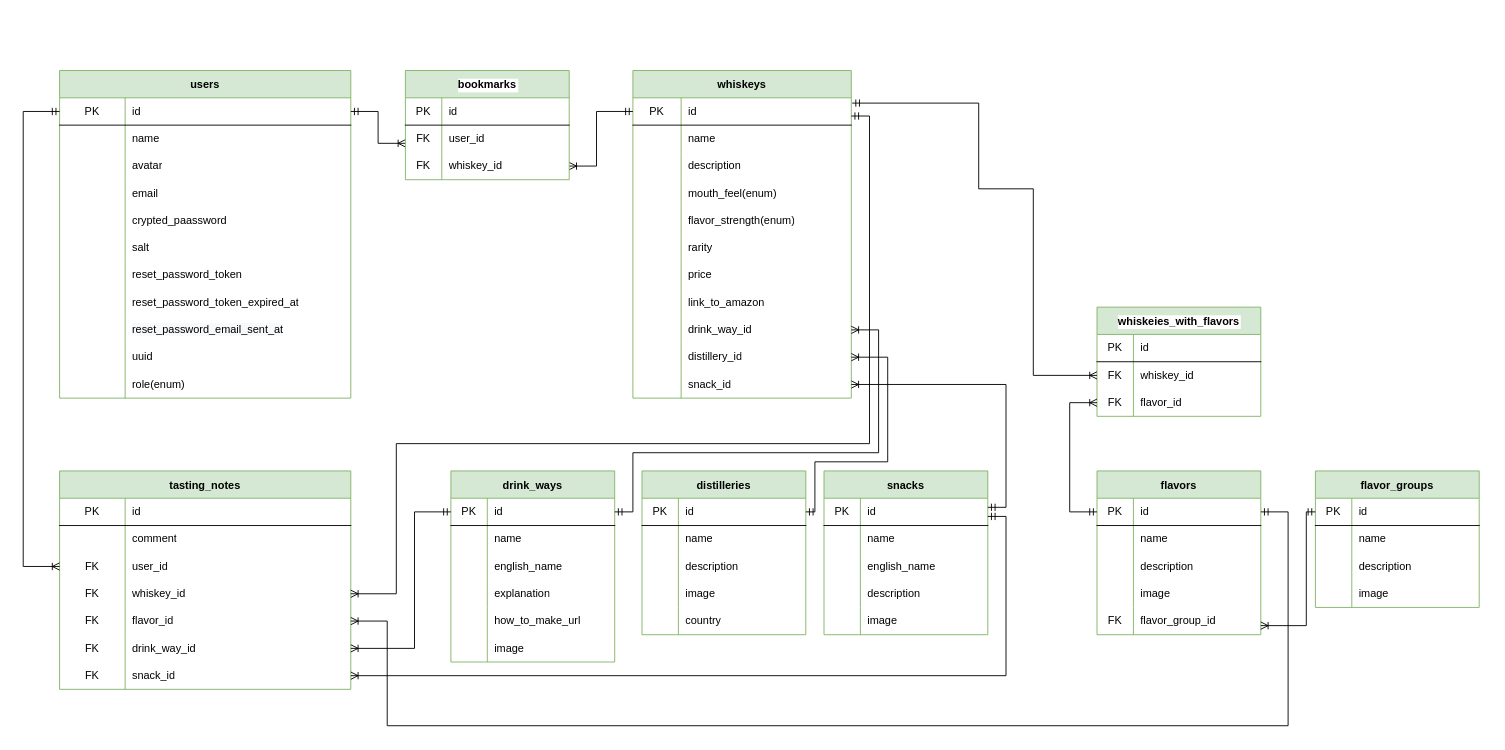
Earlier version of the draw.io diagram erd.drawio (tarakish/whiskey_database). Source tidied: cells renumbered, new cells numbered last; positions are measured from the earlier drawing's top-left corner, leaving out a move shared by most shapes. Both pictures are drawn from the tidied source at 91%, with x=0, y=0 at pixel (23, 70).
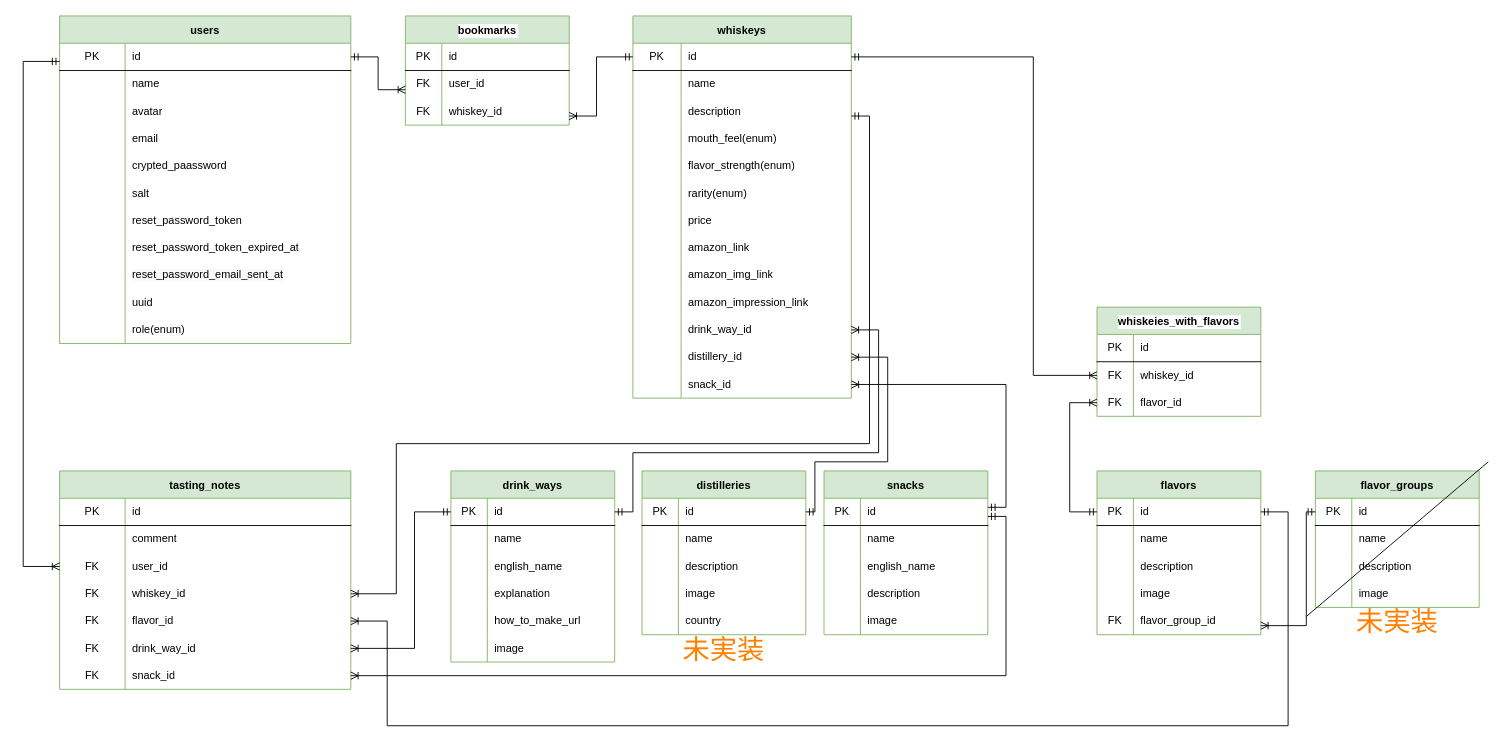
After the change.

Unchanged cells that the change refers to:
```xml
<mxCell id="3" style="shape=partialRectangle;html=1;whiteSpace=wrap;fillColor=none;top=0;left=0;bottom=1;right=0;points=[[0,0.5],[1,0.5]];portConstraint=eastwest;" parent="2" vertex="1">
  <mxGeometry y="30" width="320" height="30" as="geometry" />
</mxCell>
<mxCell id="54" style="shape=partialRectangle;html=1;whiteSpace=wrap;fillColor=none;top=0;left=0;bottom=1;right=0;points=[[0,0.5],[1,0.5]];portConstraint=eastwest;" parent="53" vertex="1">
  <mxGeometry y="30" width="240" height="30" as="geometry" />
</mxCell>
<mxCell id="69" style="shape=partialRectangle;html=1;whiteSpace=wrap;fillColor=none;top=0;left=0;bottom=0;right=0;" parent="53" vertex="1">
  <mxGeometry y="180" width="240" height="30" as="geometry" />
</mxCell>
<mxCell id="75" style="shape=partialRectangle;html=1;whiteSpace=wrap;fillColor=none;top=0;left=0;bottom=0;right=0;" parent="53" vertex="1">
  <mxGeometry y="240" width="240" height="30" as="geometry" />
</mxCell>
<mxCell id="143" style="shape=partialRectangle;html=1;whiteSpace=wrap;fillColor=none;top=0;left=0;bottom=0;right=0;points=[[0,0.5],[1,0.5]];portConstraint=eastwest;labelBackgroundColor=default;" parent="139" vertex="1">
  <mxGeometry y="60" width="180" height="30" as="geometry" />
</mxCell>
<mxCell id="156" style="shape=partialRectangle;html=1;whiteSpace=wrap;fillColor=none;top=0;left=0;bottom=0;right=0;points=[[0,0.5],[1,0.5]];portConstraint=eastwest;" parent="149" vertex="1">
  <mxGeometry y="90" width="320" height="30" as="geometry" />
</mxCell>
<mxCell id="175" style="shape=partialRectangle;html=1;whiteSpace=wrap;fillColor=none;top=0;left=0;bottom=0;right=0;points=[[0,0.5],[1,0.5]];portConstraint=eastwest;labelBackgroundColor=default;" parent="171" vertex="1">
  <mxGeometry y="60" width="180" height="30" as="geometry" />
</mxCell>
```

Change to the diagram source:
```diff
@@
     <mxCell id="2" value="users" style="shape=table;startSize=30;childLayout=tableLayout;rowLines=0;fontStyle=1;align=center;fillColor=#d5e8d4;strokeColor=#82b366;" parent="1" vertex="1">
-      <mxGeometry x="40" width="320" height="360" as="geometry" />
+      <mxGeometry x="40" y="-60" width="320" height="360" as="geometry" />
     </mxCell>
@@
-    <mxCell id="36" style="edgeStyle=orthogonalEdgeStyle;fontSize=12;html=1;endArrow=ERoneToMany;startArrow=ERmandOne;rounded=0;entryX=1;entryY=0.5;entryDx=0;entryDy=0;exitX=1;exitY=0.5;exitDx=0;exitDy=0;" parent="2" edge="1" source="3">
-      <mxGeometry relative="1" as="geometry">
-        <mxPoint x="380" y="80" as="targetPoint" />
-        <Array as="points">
-          <mxPoint x="350" y="45" />
-          <mxPoint x="350" y="80" />
-        </Array>
-      </mxGeometry>
-    </mxCell>
@@
     <mxCell id="53" value="whiskeys" style="shape=table;startSize=30;childLayout=tableLayout;rowLines=0;fontStyle=1;align=center;fillColor=#d5e8d4;strokeColor=#82b366;" parent="1" vertex="1">
-      <mxGeometry x="670" width="240" height="360" as="geometry" />
+      <mxGeometry x="670" y="-60" width="240" height="420" as="geometry" />
     </mxCell>
@@
-    <mxCell id="71" value="rarity" style="shape=partialRectangle;html=1;whiteSpace=wrap;fillColor=none;top=0;left=0;bottom=0;right=0;align=left;spacingLeft=6;overflow=hidden;" parent="69" vertex="1">
+    <mxCell id="71" value="rarity(enum)" style="shape=partialRectangle;html=1;whiteSpace=wrap;fillColor=none;top=0;left=0;bottom=0;right=0;align=left;spacingLeft=6;overflow=hidden;" parent="69" vertex="1">
       <mxGeometry x="53" width="187" height="30" as="geometry" />
     </mxCell>
@@
-    <mxCell id="77" value="link_to_amazon" style="shape=partialRectangle;html=1;whiteSpace=wrap;fillColor=none;top=0;left=0;bottom=0;right=0;align=left;spacingLeft=6;overflow=hidden;" parent="75" vertex="1">
+    <mxCell id="77" value="amazon_link" style="shape=partialRectangle;html=1;whiteSpace=wrap;fillColor=none;top=0;left=0;bottom=0;right=0;align=left;spacingLeft=6;overflow=hidden;" parent="75" vertex="1">
       <mxGeometry x="53" width="187" height="30" as="geometry" />
     </mxCell>
+    <mxCell id="205" style="shape=partialRectangle;html=1;whiteSpace=wrap;fillColor=none;top=0;left=0;bottom=0;right=0;" parent="53" vertex="1">
+      <mxGeometry y="270" width="240" height="30" as="geometry" />
+    </mxCell>
+    <mxCell id="206" style="shape=partialRectangle;html=1;whiteSpace=wrap;fillColor=none;top=0;left=0;bottom=0;right=0;overflow=hidden;" parent="205" vertex="1">
+      <mxGeometry width="53" height="30" as="geometry" />
+    </mxCell>
+    <mxCell id="207" value="amazon_img_link" style="shape=partialRectangle;html=1;whiteSpace=wrap;fillColor=none;top=0;left=0;bottom=0;right=0;align=left;spacingLeft=6;overflow=hidden;" parent="205" vertex="1">
+      <mxGeometry x="53" width="187" height="30" as="geometry" />
+    </mxCell>
+    <mxCell id="208" style="shape=partialRectangle;html=1;whiteSpace=wrap;fillColor=none;top=0;left=0;bottom=0;right=0;" parent="53" vertex="1">
+      <mxGeometry y="300" width="240" height="30" as="geometry" />
+    </mxCell>
+    <mxCell id="209" style="shape=partialRectangle;html=1;whiteSpace=wrap;fillColor=none;top=0;left=0;bottom=0;right=0;overflow=hidden;" parent="208" vertex="1">
+      <mxGeometry width="53" height="30" as="geometry" />
+    </mxCell>
+    <mxCell id="210" value="amazon_impression_link" style="shape=partialRectangle;html=1;whiteSpace=wrap;fillColor=none;top=0;left=0;bottom=0;right=0;align=left;spacingLeft=6;overflow=hidden;" parent="208" vertex="1">
+      <mxGeometry x="53" width="187" height="30" as="geometry" />
+    </mxCell>
     <mxCell id="78" style="shape=partialRectangle;html=1;whiteSpace=wrap;fillColor=none;top=0;left=0;bottom=0;right=0;points=[[0,0.5],[1,0.5]];portConstraint=eastwest;" parent="53" vertex="1">
-      <mxGeometry y="270" width="240" height="30" as="geometry" />
+      <mxGeometry y="330" width="240" height="30" as="geometry" />
     </mxCell>
@@
     <mxCell id="81" style="shape=partialRectangle;html=1;whiteSpace=wrap;fillColor=none;top=0;left=0;bottom=0;right=0;points=[[0,0.5],[1,0.5]];portConstraint=eastwest;" parent="53" vertex="1">
-      <mxGeometry y="300" width="240" height="30" as="geometry" />
+      <mxGeometry y="360" width="240" height="30" as="geometry" />
     </mxCell>
@@
     <mxCell id="84" style="shape=partialRectangle;html=1;whiteSpace=wrap;fillColor=none;top=0;left=0;bottom=0;right=0;points=[[0,0.5],[1,0.5]];portConstraint=eastwest;" parent="53" vertex="1">
-      <mxGeometry y="330" width="240" height="30" as="geometry" />
+      <mxGeometry y="390" width="240" height="30" as="geometry" />
     </mxCell>
@@
-    <mxCell id="87" style="edgeStyle=orthogonalEdgeStyle;fontSize=12;html=1;endArrow=ERoneToMany;startArrow=ERmandOne;rounded=0;entryX=0;entryY=0.5;entryDx=0;entryDy=0;exitX=0;exitY=0.5;exitDx=0;exitDy=0;" parent="53" edge="1" source="54">
-      <mxGeometry relative="1" as="geometry">
-        <mxPoint x="-70" y="105" as="targetPoint" />
-        <Array as="points">
-          <mxPoint x="-40" y="45" />
-          <mxPoint x="-40" y="105" />
-        </Array>
-      </mxGeometry>
-    </mxCell>
@@
     <mxCell id="171" value="bookmarks" style="shape=table;startSize=30;childLayout=tableLayout;rowLines=0;fontStyle=1;align=center;labelBackgroundColor=default;fillColor=#d5e8d4;strokeColor=#82b366;" parent="1" vertex="1">
-      <mxGeometry x="420" width="180" height="120" as="geometry" />
+      <mxGeometry x="420" y="-60" width="180" height="120" as="geometry" />
     </mxCell>
@@
-    <mxCell id="181" style="edgeStyle=orthogonalEdgeStyle;fontSize=12;html=1;endArrow=ERoneToMany;startArrow=ERmandOne;rounded=0;fontColor=#7A7A7A;entryX=0;entryY=0.5;entryDx=0;entryDy=0;exitX=0;exitY=0.5;exitDx=0;exitDy=0;" parent="1" edge="1" source="3" target="156">
+    <mxCell id="181" style="edgeStyle=orthogonalEdgeStyle;fontSize=12;html=1;endArrow=ERoneToMany;startArrow=ERmandOne;rounded=0;fontColor=#7A7A7A;entryX=0;entryY=0.5;entryDx=0;entryDy=0;" parent="1" edge="1" target="156">
       <mxGeometry relative="1" as="geometry">
+        <mxPoint x="40" y="-10" as="sourcePoint" />
         <Array as="points">
-          <mxPoint y="45" />
+          <mxPoint x="40" y="-10" />
+          <mxPoint y="-10" />
           <mxPoint y="545" />
         </Array>
       </mxGeometry>
     </mxCell>
@@
-    <mxCell id="186" style="edgeStyle=orthogonalEdgeStyle;fontSize=12;html=1;endArrow=ERoneToMany;startArrow=ERmandOne;rounded=0;entryX=0;entryY=0.5;entryDx=0;entryDy=0;exitX=1.004;exitY=0.193;exitDx=0;exitDy=0;exitPerimeter=0;" parent="1" edge="1" source="54" target="143">
+    <mxCell id="186" style="edgeStyle=orthogonalEdgeStyle;fontSize=12;html=1;endArrow=ERoneToMany;startArrow=ERmandOne;rounded=0;entryX=0;entryY=0.5;entryDx=0;entryDy=0;" parent="1" edge="1" target="143">
       <mxGeometry relative="1" as="geometry">
+        <mxPoint x="910" y="-15" as="sourcePoint" />
         <Array as="points">
-          <mxPoint x="1050" y="36" />
-          <mxPoint x="1050" y="130" />
-          <mxPoint x="1110" y="130" />
+          <mxPoint x="1110" y="-15" />
           <mxPoint x="1110" y="335" />
         </Array>
       </mxGeometry>
     </mxCell>
@@
+    <mxCell id="87" style="edgeStyle=orthogonalEdgeStyle;fontSize=12;html=1;endArrow=ERoneToMany;startArrow=ERmandOne;rounded=0;exitX=0;exitY=0.5;exitDx=0;exitDy=0;" parent="1" edge="1" source="54">
+      <mxGeometry relative="1" as="geometry">
+        <mxPoint x="600" y="50" as="targetPoint" />
+        <Array as="points">
+          <mxPoint x="630" y="-15" />
+          <mxPoint x="630" y="50" />
+          <mxPoint x="600" y="50" />
+        </Array>
+      </mxGeometry>
+    </mxCell>
+    <mxCell id="36" style="edgeStyle=orthogonalEdgeStyle;fontSize=12;html=1;endArrow=ERoneToMany;startArrow=ERmandOne;rounded=0;entryX=0;entryY=0.703;entryDx=0;entryDy=0;exitX=1;exitY=0.5;exitDx=0;exitDy=0;entryPerimeter=0;" parent="1" edge="1" source="3" target="175">
+      <mxGeometry relative="1" as="geometry">
+        <Array as="points">
+          <mxPoint x="390" y="-15" />
+          <mxPoint x="390" y="21" />
+        </Array>
+      </mxGeometry>
+    </mxCell>
+    <mxCell id="211" style="endArrow=none;html=1;rounded=0;" parent="1" edge="1">
+      <mxGeometry relative="1" as="geometry">
+        <mxPoint x="1410" y="600" as="sourcePoint" />
+        <mxPoint x="1610" y="430" as="targetPoint" />
+      </mxGeometry>
+    </mxCell>
+    <mxCell id="212" value="&lt;font style=&quot;font-size: 30px;&quot; color=&quot;#ff8000&quot;&gt;未実装&lt;/font&gt;" style="text;html=1;strokeColor=none;fillColor=none;align=center;verticalAlign=middle;whiteSpace=wrap;rounded=0;" parent="1" vertex="1">
+      <mxGeometry x="715" y="620" width="110" height="31" as="geometry" />
+    </mxCell>
+    <mxCell id="213" value="&lt;font style=&quot;font-size: 30px;&quot; color=&quot;#ff8000&quot;&gt;未実装&lt;/font&gt;" style="text;html=1;strokeColor=none;fillColor=none;align=center;verticalAlign=middle;whiteSpace=wrap;rounded=0;" parent="1" vertex="1">
+      <mxGeometry x="1455" y="589" width="110" height="31" as="geometry" />
+    </mxCell>
```
